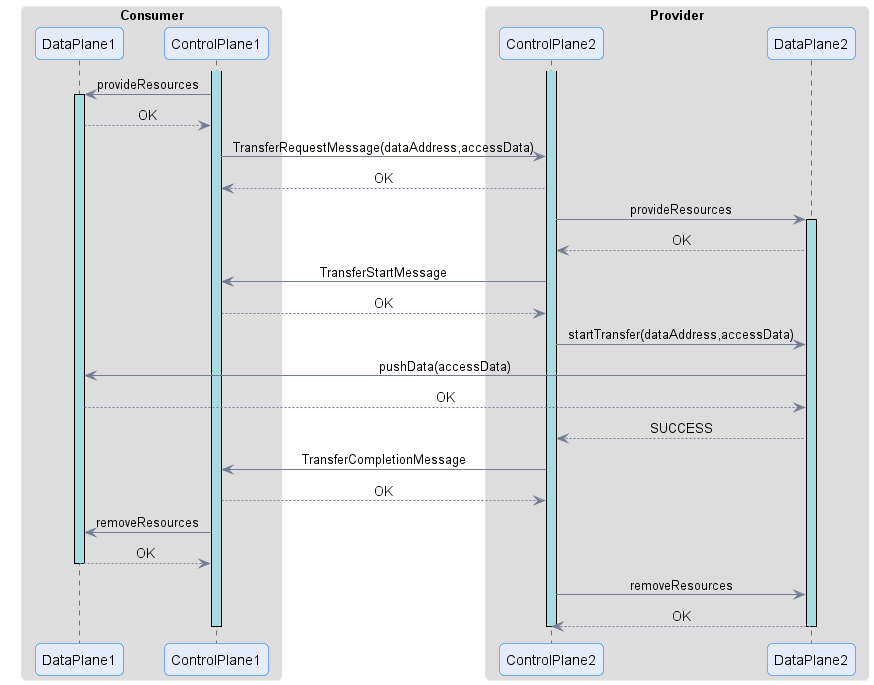
The PlantUML diagram transfer/push-transfer-process.png in International-Data-Spaces-Association/ids-specification, before a commit.
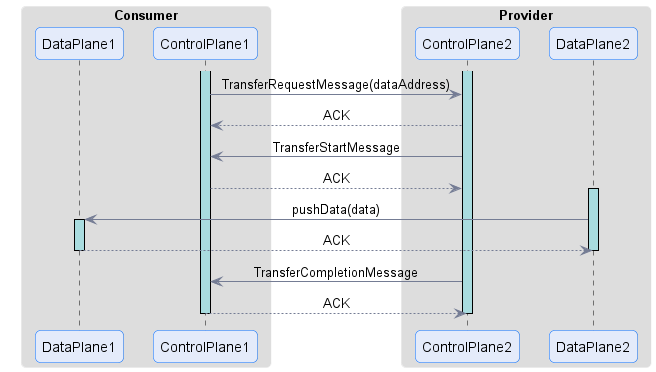
After the commit.

Change to the diagram source:
```diff
@@ -20,35 +20,21 @@
 activate ControlPlane1
 activate ControlPlane2
 
-ControlPlane1 -> DataPlane1 : provideResources
-activate DataPlane1
-DataPlane1 --> ControlPlane1 : OK
-
-ControlPlane1 -> ControlPlane2 : TransferRequestMessage(dataAddress,accessData)
-ControlPlane2 --> ControlPlane1 : OK
-
-ControlPlane2 -> DataPlane2 : provideResources
-activate DataPlane2
-DataPlane2 --> ControlPlane2 : OK
+ControlPlane1 -> ControlPlane2 : TransferRequestMessage(dataAddress)
+ControlPlane2 --> ControlPlane1 : ACK
 
 ControlPlane2 -> ControlPlane1 : TransferStartMessage
-ControlPlane1 --> ControlPlane2 : OK
+ControlPlane1 --> ControlPlane2 : ACK
 
-ControlPlane2 -> DataPlane2 : startTransfer(dataAddress,accessData)
-DataPlane2 -> DataPlane1 : pushData(accessData)
-DataPlane1 --> DataPlane2 : OK
-DataPlane2 --> ControlPlane2 : SUCCESS
+activate DataPlane2
+DataPlane2 -> DataPlane1 : pushData(data)
+activate DataPlane1
+DataPlane1 --> DataPlane2 : ACK
+deactivate DataPlane2
+deactivate DataPlane1
 
 ControlPlane2 -> ControlPlane1 : TransferCompletionMessage
-ControlPlane1 --> ControlPlane2 : OK
-
-ControlPlane1 -> DataPlane1 : removeResources
-DataPlane1 --> ControlPlane1 : OK
-deactivate DataPlane1
-
-ControlPlane2 -> DataPlane2 : removeResources
-DataPlane2 --> ControlPlane2 : OK
-deactivate DataPlane2
+ControlPlane1 --> ControlPlane2 : ACK
 
 deactivate ControlPlane1
 deactivate ControlPlane2
```
